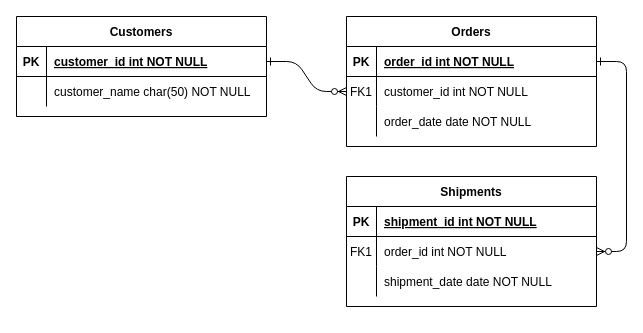
Douglas2022322/databases_-_OCC_diagram keeps this draw.io diagram as CHEN Notation IrelandRevenueData.drawio. Above is the earlier version. Source tidied: cells renumbered, new cells numbered last; positions are measured from the earlier drawing's top-left corner, leaving out a move shared by most shapes. Both pictures are drawn from the tidied source at 100%, with x=0, y=0 at pixel (16, 16).
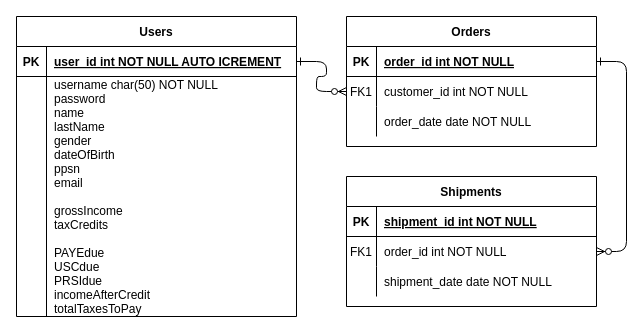
Above is the later version.

Change to the diagram source:
```diff
@@
-    <mxCell id="24" value="Customers" style="shape=table;startSize=30;childLayout=tableLayout;rowLines=0;fontStyle=1;align=center;" parent="1" vertex="1">
-      <mxGeometry width="250" height="100" as="geometry" />
+    <mxCell id="24" value="Users" style="shape=table;startSize=30;childLayout=tableLayout;rowLines=0;fontStyle=1;align=center;" parent="1" vertex="1">
+      <mxGeometry width="280" height="300" as="geometry" />
     </mxCell>
     <mxCell id="25" style="shape=partialRectangle;fillColor=none;points=[[0,0.5],[1,0.5]];portConstraint=eastwest;top=0;left=0;right=0;bottom=1;" parent="24" vertex="1">
-      <mxGeometry y="30" width="250" height="30" as="geometry" />
+      <mxGeometry y="30" width="280" height="30" as="geometry" />
     </mxCell>
@@
-    <mxCell id="27" value="customer_id int NOT NULL " style="shape=partialRectangle;overflow=hidden;fillColor=none;top=0;left=0;bottom=0;right=0;align=left;spacingLeft=6;fontStyle=5;" parent="25" vertex="1">
-      <mxGeometry x="30" width="220" height="30" as="geometry" />
+    <mxCell id="27" value="user_id int NOT NULL AUTO ICREMENT" style="shape=partialRectangle;overflow=hidden;fillColor=none;top=0;left=0;bottom=0;right=0;align=left;spacingLeft=6;fontStyle=5;" parent="25" vertex="1">
+      <mxGeometry x="30" width="250" height="30" as="geometry" />
     </mxCell>
     <mxCell id="28" style="shape=partialRectangle;fillColor=none;top=0;left=0;right=0;bottom=0;" parent="24" vertex="1">
-      <mxGeometry y="60" width="250" height="30" as="geometry" />
+      <mxGeometry y="60" width="280" height="240" as="geometry" />
     </mxCell>
     <mxCell id="29" style="shape=partialRectangle;overflow=hidden;fillColor=none;top=0;left=0;bottom=0;right=0;" parent="28" vertex="1">
-      <mxGeometry width="30" height="30" as="geometry" />
+      <mxGeometry width="30" height="240" as="geometry" />
     </mxCell>
-    <mxCell id="30" value="customer_name char(50) NOT NULL" style="shape=partialRectangle;overflow=hidden;fillColor=none;top=0;left=0;bottom=0;right=0;align=left;spacingLeft=6;" parent="28" vertex="1">
-      <mxGeometry x="30" width="220" height="30" as="geometry" />
+    <mxCell id="30" value="username char(50) NOT NULL&#10;password&#10;name&#10;lastName&#10;gender&#10;dateOfBirth&#10;ppsn&#10;email&#10;&#10;grossIncome&#10;taxCredits&#10;&#10;PAYEdue&#10;USCdue&#10;PRSIdue&#10;incomeAfterCredit&#10;totalTaxesToPay&#10;" style="shape=partialRectangle;overflow=hidden;fillColor=none;top=0;left=0;bottom=0;right=0;align=left;spacingLeft=6;" parent="28" vertex="1">
+      <mxGeometry x="30" width="250" height="240" as="geometry" />
     </mxCell>
```
